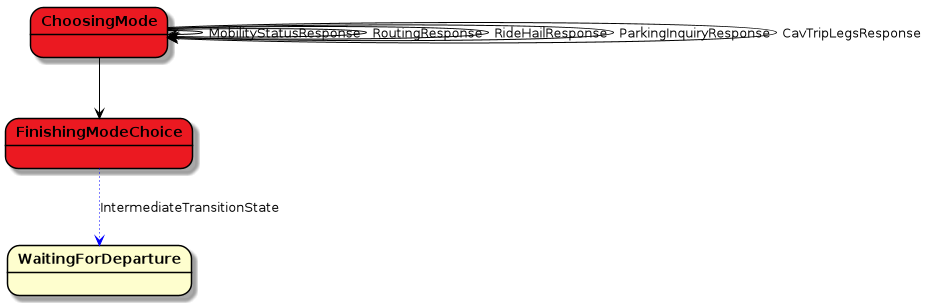
Earlier version of the PlantUML export docs/_static/uml/ChoosesMode.png (LBNL-UCB-STI/beam).
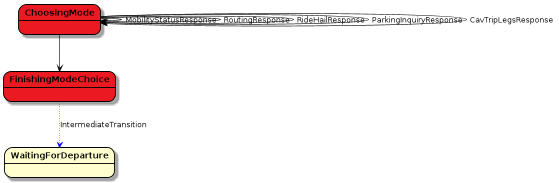
Later version of the same file.

Diff of the diagram source:
```diff
@@ -10,7 +10,7 @@
 state FinishingModeChoice #eb1921
 
 
-FinishingModeChoice -[#blue,dotted]-> WaitingForDeparture : IntermediateTransitionState
+FinishingModeChoice -[#blue,dotted]-> WaitingForDeparture : IntermediateTransition
 ChoosingMode --> ChoosingMode : MobilityStatusResponse
 ChoosingMode --> ChoosingMode : RoutingResponse
 ChoosingMode --> ChoosingMode : RideHailResponse
```
